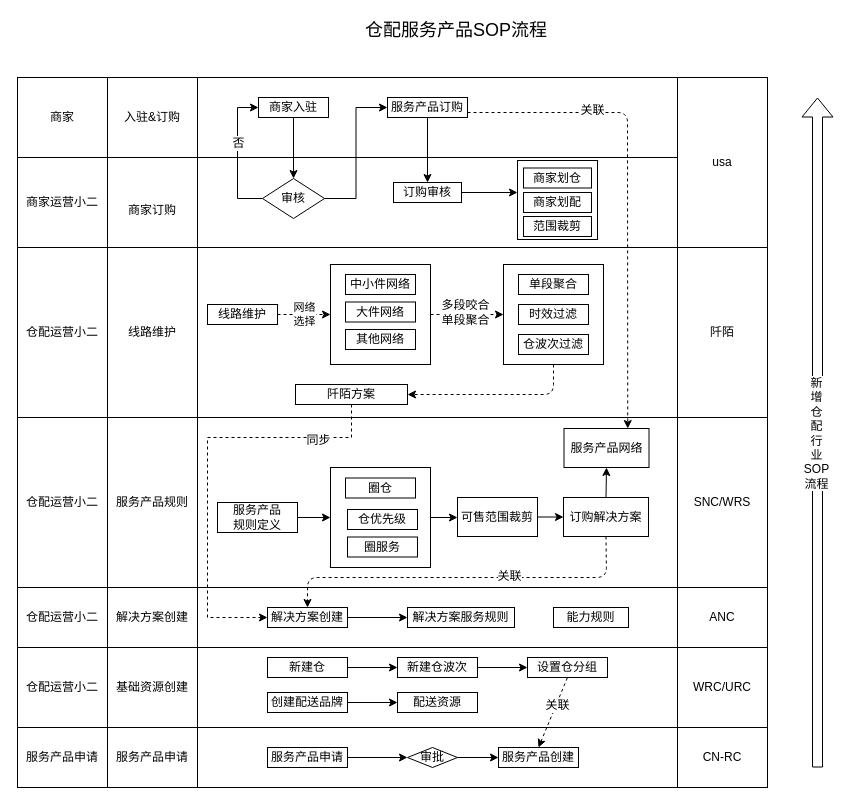
shaonianwu/cainiao keeps this draw.io diagram as 4pl服务产品SOP.drawio. Above is the earlier version. Source tidied: cells renumbered, new cells numbered last; positions are measured from the earlier drawing's top-left corner, leaving out a move shared by most shapes. Both pictures are drawn from the tidied source at 100%, with x=0, y=0 at pixel (17, 17).
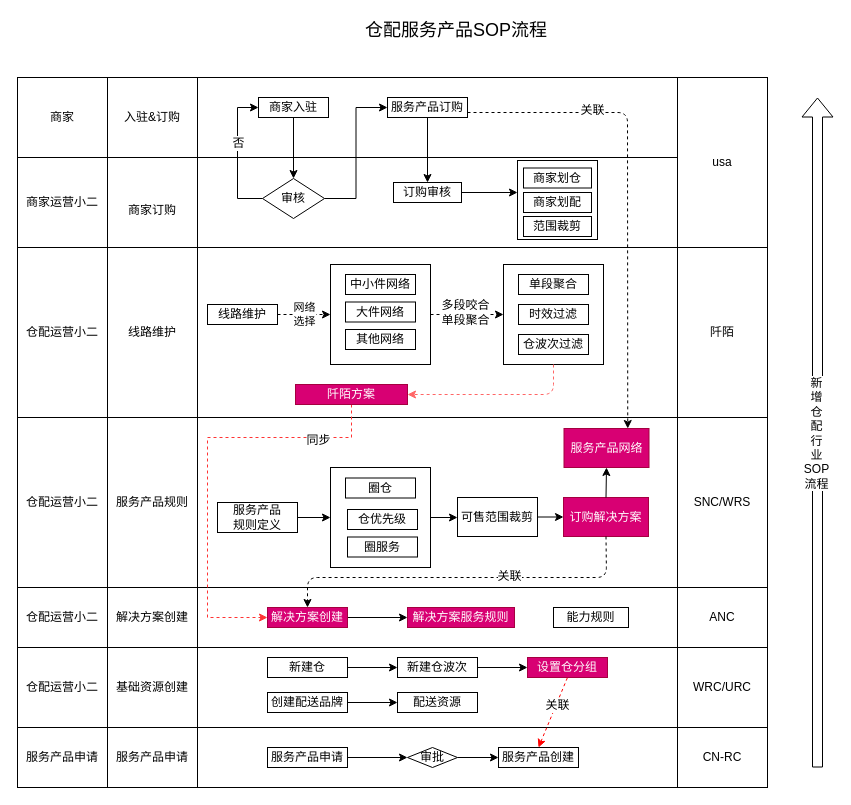
Above is the later version.

The change refers to these unchanged cells:
```xml
<mxCell id="9" value="服务产品创建" style="rounded=0;whiteSpace=wrap;html=1;" parent="1" vertex="1">
  <mxGeometry x="481" y="730" width="80" height="20" as="geometry" />
</mxCell>
<mxCell id="53" style="rounded=0;whiteSpace=wrap;html=1;" parent="1" vertex="1">
  <mxGeometry x="486" y="247" width="100" height="100" as="geometry" />
</mxCell>
```

Change to the diagram source:
```diff
@@
-    <mxCell id="20" value="设置仓分组" style="rounded=0;whiteSpace=wrap;html=1;" parent="1" vertex="1">
+    <mxCell id="20" value="设置仓分组" style="rounded=0;whiteSpace=wrap;html=1;fillColor=#d80073;strokeColor=#A50040;fontColor=#ffffff;" parent="1" vertex="1">
       <mxGeometry x="510" y="640" width="80" height="20" as="geometry" />
     </mxCell>
@@
-    <mxCell id="28" value="解决方案创建" style="rounded=0;whiteSpace=wrap;html=1;" parent="1" vertex="1">
+    <mxCell id="28" value="解决方案创建" style="rounded=0;whiteSpace=wrap;html=1;fillColor=#d80073;strokeColor=#A50040;fontColor=#ffffff;" parent="1" vertex="1">
       <mxGeometry x="250" y="590" width="80" height="20" as="geometry" />
     </mxCell>
-    <mxCell id="29" value="解决方案服务规则" style="rounded=0;whiteSpace=wrap;html=1;" parent="1" vertex="1">
+    <mxCell id="29" value="解决方案服务规则" style="rounded=0;whiteSpace=wrap;html=1;fillColor=#d80073;strokeColor=#A50040;fontColor=#ffffff;" parent="1" vertex="1">
       <mxGeometry x="390" y="590" width="107" height="20" as="geometry" />
     </mxCell>
@@
-    <mxCell id="36" style="endArrow=none;dashed=1;html=1;entryX=0.5;entryY=1;entryDx=0;entryDy=0;exitX=0.5;exitY=0;exitDx=0;exitDy=0;startArrow=classic;startFill=1;" parent="1" edge="1" source="9" target="20">
+    <mxCell id="36" style="endArrow=none;dashed=1;html=1;entryX=0.5;entryY=1;entryDx=0;entryDy=0;exitX=0.5;exitY=0;exitDx=0;exitDy=0;startArrow=classic;startFill=1;strokeColor=#FF0000;" parent="1" edge="1" source="9" target="20">
       <mxGeometry relative="1" as="geometry" />
     </mxCell>
@@
-    <mxCell id="44" value="订购解决方案" style="rounded=0;whiteSpace=wrap;html=1;" parent="1" vertex="1">
+    <mxCell id="44" value="订购解决方案" style="rounded=0;whiteSpace=wrap;html=1;fillColor=#d80073;strokeColor=#A50040;fontColor=#ffffff;" parent="1" vertex="1">
       <mxGeometry x="546" y="480" width="85" height="39" as="geometry" />
     </mxCell>
@@
-    <mxCell id="59" style="edgeStyle=orthogonalEdgeStyle;rounded=0;jettySize=auto;html=1;dashed=1;startArrow=none;startFill=0;" parent="1" edge="1" source="61" target="28">
+    <mxCell id="59" style="edgeStyle=orthogonalEdgeStyle;rounded=0;jettySize=auto;html=1;dashed=1;startArrow=none;startFill=0;strokeColor=#FF3333;" parent="1" edge="1" source="61" target="28">
       <mxGeometry relative="1" as="geometry">
         <Array as="points">
           <mxPoint x="190" y="420" />
           <mxPoint x="190" y="600" />
         </Array>
       </mxGeometry>
     </mxCell>
@@
-    <mxCell id="61" value="阡陌方案" style="rounded=0;whiteSpace=wrap;html=1;" parent="1" vertex="1">
+    <mxCell id="61" value="阡陌方案" style="rounded=0;whiteSpace=wrap;html=1;fillColor=#d80073;strokeColor=#A50040;fontColor=#ffffff;" parent="1" vertex="1">
       <mxGeometry x="278" y="367" width="112" height="20" as="geometry" />
     </mxCell>
-    <mxCell id="62" style="endArrow=classic;html=1;dashed=1;exitX=0.5;exitY=1;exitDx=0;exitDy=0;entryX=1;entryY=0.5;entryDx=0;entryDy=0;" parent="1" edge="1" source="53" target="61">
+    <mxCell id="62" style="endArrow=classic;html=1;dashed=1;exitX=0.5;exitY=1;exitDx=0;exitDy=0;entryX=1;entryY=0.5;entryDx=0;entryDy=0;fillColor=#d80073;strokeColor=#FF6666;" parent="1" edge="1" source="53" target="61">
       <mxGeometry relative="1" as="geometry">
         <Array as="points">
           <mxPoint x="536" y="377" />
         </Array>
       </mxGeometry>
     </mxCell>
@@
-    <mxCell id="64" value="服务产品网络" style="rounded=0;whiteSpace=wrap;html=1;" parent="1" vertex="1">
+    <mxCell id="64" value="服务产品网络" style="rounded=0;whiteSpace=wrap;html=1;fillColor=#d80073;strokeColor=#A50040;fontColor=#ffffff;" parent="1" vertex="1">
       <mxGeometry x="546.5" y="411" width="85" height="39" as="geometry" />
     </mxCell>
```
